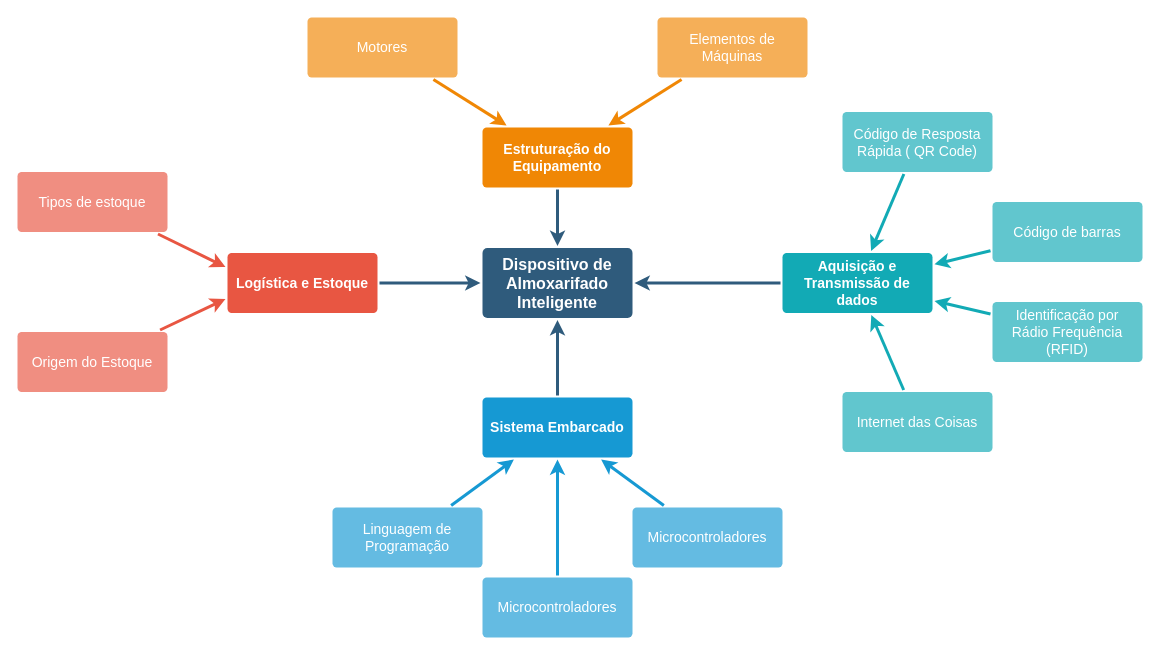
Before: Autoria Própria/Untitled Diagram.drawio in jhowxd1/Sistema-de-Estocagem, a draw.io diagram. Source tidied: cells renumbered, new cells numbered last; positions are measured from the earlier drawing's top-left corner, leaving out a move shared by most shapes. Both pictures are drawn from the tidied source at 100%, with x=0, y=0 at pixel (17, 17).
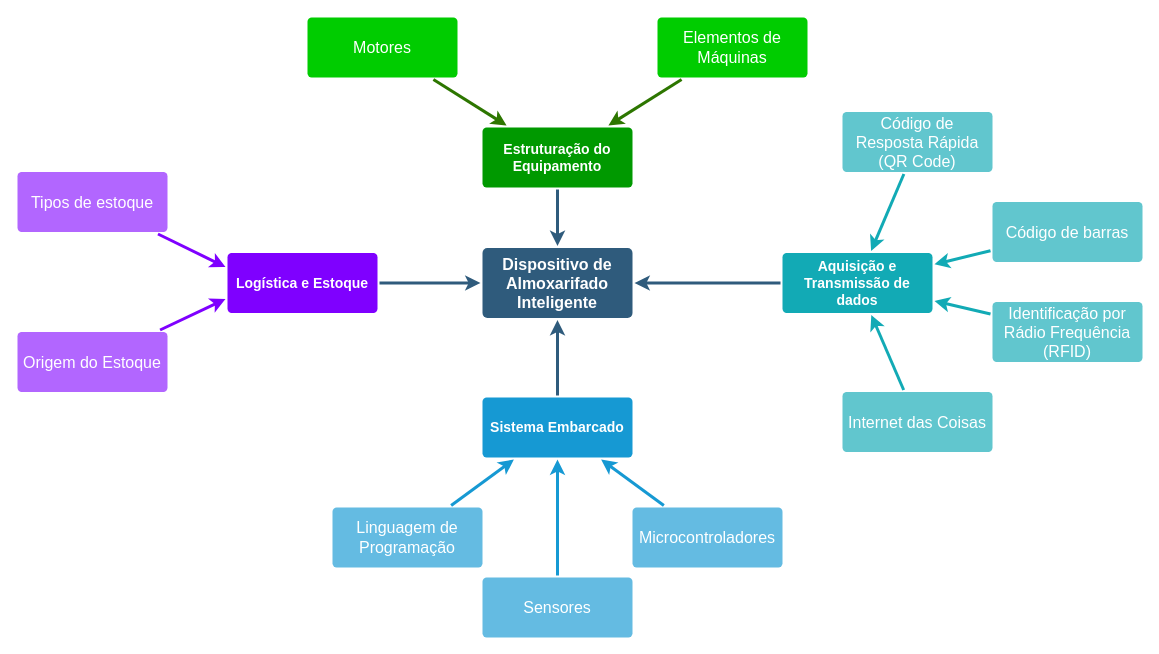
The same page after the edit.

The edit, as a diff of the source:
```diff
@@
-    <mxCell id="7" style="edgeStyle=none;rounded=1;jumpStyle=none;html=1;shadow=0;labelBackgroundColor=none;startArrow=none;startFill=0;jettySize=auto;strokeColor=#E85642;strokeWidth=3;fontFamily=Helvetica;fontSize=14;fontColor=#FFFFFF;spacing=5;fontStyle=1;fillColor=#b0e3e6;entryX=0;entryY=0.25;entryDx=0;entryDy=0;" parent="1" edge="1" source="11" target="9">
+    <mxCell id="7" style="edgeStyle=none;rounded=1;jumpStyle=none;html=1;shadow=0;labelBackgroundColor=none;startArrow=none;startFill=0;jettySize=auto;strokeColor=#7F00FF;strokeWidth=3;fontFamily=Helvetica;fontSize=14;fontColor=#FFFFFF;spacing=5;fontStyle=1;fillColor=#b0e3e6;entryX=0;entryY=0.25;entryDx=0;entryDy=0;" parent="1" edge="1" source="11" target="9">
       <mxGeometry relative="1" as="geometry" />
     </mxCell>
-    <mxCell id="8" style="edgeStyle=none;rounded=1;jumpStyle=none;html=1;shadow=0;labelBackgroundColor=none;startArrow=none;startFill=0;jettySize=auto;strokeColor=#E85642;strokeWidth=3;fontFamily=Helvetica;fontSize=14;fontColor=#FFFFFF;spacing=5;fontStyle=1;fillColor=#b0e3e6;entryX=0;entryY=0.75;entryDx=0;entryDy=0;" parent="1" edge="1" source="10" target="9">
+    <mxCell id="8" style="edgeStyle=none;rounded=1;jumpStyle=none;html=1;shadow=0;labelBackgroundColor=none;startArrow=none;startFill=0;jettySize=auto;strokeColor=#7F00FF;strokeWidth=3;fontFamily=Helvetica;fontSize=14;fontColor=#FFFFFF;spacing=5;fontStyle=1;fillColor=#b0e3e6;entryX=0;entryY=0.75;entryDx=0;entryDy=0;" parent="1" edge="1" source="10" target="9">
       <mxGeometry relative="1" as="geometry" />
     </mxCell>
-    <mxCell id="9" value="Logística e Estoque" style="rounded=1;whiteSpace=wrap;html=1;shadow=0;labelBackgroundColor=none;strokeColor=none;strokeWidth=3;fillColor=#e85642;fontFamily=Helvetica;fontSize=14;fontColor=#FFFFFF;align=center;spacing=5;fontStyle=1;arcSize=7;perimeterSpacing=2;" parent="1" vertex="1">
+    <mxCell id="9" value="Logística e Estoque" style="rounded=1;whiteSpace=wrap;html=1;shadow=0;labelBackgroundColor=none;strokeColor=none;strokeWidth=3;fillColor=#7F00FF;fontFamily=Helvetica;fontSize=14;fontColor=#FFFFFF;align=center;spacing=5;fontStyle=1;arcSize=7;perimeterSpacing=2;" parent="1" vertex="1">
       <mxGeometry x="210" y="235.5" width="150" height="60" as="geometry" />
     </mxCell>
-    <mxCell id="10" value="Origem do Estoque" style="rounded=1;whiteSpace=wrap;html=1;shadow=0;labelBackgroundColor=none;strokeColor=none;strokeWidth=3;fillColor=#f08e81;fontFamily=Helvetica;fontSize=14;fontColor=#FFFFFF;align=center;spacing=5;fontStyle=0;arcSize=7;perimeterSpacing=2;" parent="1" vertex="1">
+    <mxCell id="10" value="Origem do Estoque" style="rounded=1;whiteSpace=wrap;html=1;shadow=0;labelBackgroundColor=none;strokeColor=none;strokeWidth=3;fillColor=#B266FF;fontFamily=Helvetica;fontSize=16;fontColor=#FFFFFF;align=center;spacing=5;fontStyle=0;arcSize=7;perimeterSpacing=2;" parent="1" vertex="1">
       <mxGeometry y="314.5" width="150" height="60" as="geometry" />
     </mxCell>
-    <mxCell id="11" value="Tipos de estoque" style="rounded=1;whiteSpace=wrap;html=1;shadow=0;labelBackgroundColor=none;strokeColor=none;strokeWidth=3;fillColor=#f08e81;fontFamily=Helvetica;fontSize=14;fontColor=#FFFFFF;align=center;spacing=5;fontStyle=0;arcSize=7;perimeterSpacing=2;" parent="1" vertex="1">
+    <mxCell id="11" value="Tipos de estoque" style="rounded=1;whiteSpace=wrap;html=1;shadow=0;labelBackgroundColor=none;strokeColor=none;strokeWidth=3;fillColor=#B266FF;fontFamily=Helvetica;fontSize=16;fontColor=#FFFFFF;align=center;spacing=5;fontStyle=0;arcSize=7;perimeterSpacing=2;" parent="1" vertex="1">
       <mxGeometry y="154.5" width="150" height="60" as="geometry" />
     </mxCell>
@@
-    <mxCell id="15" value="Microcontroladores" style="rounded=1;whiteSpace=wrap;html=1;shadow=0;labelBackgroundColor=none;strokeColor=none;strokeWidth=3;fillColor=#64bbe2;fontFamily=Helvetica;fontSize=14;fontColor=#FFFFFF;align=center;spacing=5;arcSize=7;perimeterSpacing=2;" parent="1" vertex="1">
+    <mxCell id="15" value="Microcontroladores" style="rounded=1;whiteSpace=wrap;html=1;shadow=0;labelBackgroundColor=none;strokeColor=none;strokeWidth=3;fillColor=#64bbe2;fontFamily=Helvetica;fontSize=16;fontColor=#FFFFFF;align=center;spacing=5;arcSize=7;perimeterSpacing=2;" parent="1" vertex="1">
       <mxGeometry x="615" y="490" width="150" height="60" as="geometry" />
     </mxCell>
@@
-    <mxCell id="17" value="Microcontroladores" style="rounded=1;whiteSpace=wrap;html=1;shadow=0;labelBackgroundColor=none;strokeColor=none;strokeWidth=3;fillColor=#64bbe2;fontFamily=Helvetica;fontSize=14;fontColor=#FFFFFF;align=center;spacing=5;arcSize=7;perimeterSpacing=2;" parent="1" vertex="1">
+    <mxCell id="17" value="Sensores" style="rounded=1;whiteSpace=wrap;html=1;shadow=0;labelBackgroundColor=none;strokeColor=none;strokeWidth=3;fillColor=#64bbe2;fontFamily=Helvetica;fontSize=16;fontColor=#FFFFFF;align=center;spacing=5;arcSize=7;perimeterSpacing=2;" parent="1" vertex="1">
       <mxGeometry x="465" y="560" width="150" height="60" as="geometry" />
     </mxCell>
-    <mxCell id="18" value="Linguagem de Programação" style="rounded=1;whiteSpace=wrap;html=1;shadow=0;labelBackgroundColor=none;strokeColor=none;strokeWidth=3;fillColor=#64bbe2;fontFamily=Helvetica;fontSize=14;fontColor=#FFFFFF;align=center;spacing=5;arcSize=7;perimeterSpacing=2;" parent="1" vertex="1">
+    <mxCell id="18" value="Linguagem de Programação" style="rounded=1;whiteSpace=wrap;html=1;shadow=0;labelBackgroundColor=none;strokeColor=none;strokeWidth=3;fillColor=#64bbe2;fontFamily=Helvetica;fontSize=16;fontColor=#FFFFFF;align=center;spacing=5;arcSize=7;perimeterSpacing=2;" parent="1" vertex="1">
       <mxGeometry x="315" y="490" width="150" height="60" as="geometry" />
     </mxCell>
-    <mxCell id="19" value="Estruturação do Equipamento" style="rounded=1;whiteSpace=wrap;html=1;shadow=0;labelBackgroundColor=none;strokeColor=none;strokeWidth=3;fillColor=#F08705;fontFamily=Helvetica;fontSize=14;fontColor=#FFFFFF;align=center;spacing=5;fontStyle=1;arcSize=7;perimeterSpacing=2;" parent="1" vertex="1">
+    <mxCell id="19" value="Estruturação do Equipamento" style="rounded=1;whiteSpace=wrap;html=1;shadow=0;labelBackgroundColor=none;strokeColor=none;strokeWidth=3;fillColor=#009900;fontFamily=Helvetica;fontSize=14;fontColor=#FFFFFF;align=center;spacing=5;fontStyle=1;arcSize=7;perimeterSpacing=2;" parent="1" vertex="1">
       <mxGeometry x="465" y="110" width="150" height="60" as="geometry" />
     </mxCell>
-    <mxCell id="20" value="Elementos de Máquinas" style="rounded=1;whiteSpace=wrap;html=1;shadow=0;labelBackgroundColor=none;strokeColor=none;strokeWidth=3;fillColor=#f5af58;fontFamily=Helvetica;fontSize=14;fontColor=#FFFFFF;align=center;spacing=5;arcSize=7;perimeterSpacing=2;" parent="1" vertex="1">
+    <mxCell id="20" value="Elementos de Máquinas" style="rounded=1;whiteSpace=wrap;html=1;shadow=0;labelBackgroundColor=none;strokeColor=none;strokeWidth=3;fillColor=#00CC00;fontFamily=Helvetica;fontSize=16;fontColor=#FFFFFF;align=center;spacing=5;arcSize=7;perimeterSpacing=2;" parent="1" vertex="1">
       <mxGeometry x="640" width="150" height="60" as="geometry" />
     </mxCell>
-    <mxCell id="21" style="edgeStyle=none;rounded=0;jumpStyle=none;html=1;shadow=0;labelBackgroundColor=none;startArrow=none;startFill=0;endArrow=classic;endFill=1;jettySize=auto;strokeColor=#F08705;strokeWidth=3;fontFamily=Helvetica;fontSize=14;fontColor=#FFFFFF;spacing=5;" parent="1" edge="1" source="20" target="19">
+    <mxCell id="21" style="edgeStyle=none;rounded=0;jumpStyle=none;html=1;shadow=0;labelBackgroundColor=none;startArrow=none;startFill=0;endArrow=classic;endFill=1;jettySize=auto;strokeColor=#2D7600;strokeWidth=3;fontFamily=Helvetica;fontSize=14;fontColor=#FFFFFF;spacing=5;fillColor=#60a917;" parent="1" edge="1" source="20" target="19">
       <mxGeometry relative="1" as="geometry" />
     </mxCell>
-    <mxCell id="22" value="Motores" style="rounded=1;whiteSpace=wrap;html=1;shadow=0;labelBackgroundColor=none;strokeColor=none;strokeWidth=3;fillColor=#f5af58;fontFamily=Helvetica;fontSize=14;fontColor=#FFFFFF;align=center;spacing=5;arcSize=7;perimeterSpacing=2;" parent="1" vertex="1">
+    <mxCell id="22" value="Motores" style="rounded=1;whiteSpace=wrap;html=1;shadow=0;labelBackgroundColor=none;strokeColor=none;strokeWidth=3;fillColor=#00CC00;fontFamily=Helvetica;fontSize=16;fontColor=#FFFFFF;align=center;spacing=5;arcSize=7;perimeterSpacing=2;" parent="1" vertex="1">
       <mxGeometry x="290" width="150" height="60" as="geometry" />
     </mxCell>
-    <mxCell id="23" style="edgeStyle=none;rounded=0;jumpStyle=none;html=1;shadow=0;labelBackgroundColor=none;startArrow=none;startFill=0;endArrow=classic;endFill=1;jettySize=auto;strokeColor=#F08705;strokeWidth=3;fontFamily=Helvetica;fontSize=14;fontColor=#FFFFFF;spacing=5;" parent="1" edge="1" source="22" target="19">
+    <mxCell id="23" style="edgeStyle=none;rounded=0;jumpStyle=none;html=1;shadow=0;labelBackgroundColor=none;startArrow=none;startFill=0;endArrow=classic;endFill=1;jettySize=auto;strokeColor=#2D7600;strokeWidth=3;fontFamily=Helvetica;fontSize=14;fontColor=#FFFFFF;spacing=5;fillColor=#60a917;" parent="1" edge="1" source="22" target="19">
       <mxGeometry relative="1" as="geometry" />
     </mxCell>
@@
-    <mxCell id="25" value="Internet das Coisas" style="rounded=1;whiteSpace=wrap;html=1;shadow=0;labelBackgroundColor=none;strokeColor=none;strokeWidth=3;fillColor=#61c6ce;fontFamily=Helvetica;fontSize=14;fontColor=#FFFFFF;align=center;spacing=5;fontStyle=0;arcSize=7;perimeterSpacing=2;" parent="1" vertex="1">
+    <mxCell id="25" value="Internet das Coisas" style="rounded=1;whiteSpace=wrap;html=1;shadow=0;labelBackgroundColor=none;strokeColor=none;strokeWidth=3;fillColor=#61c6ce;fontFamily=Helvetica;fontSize=16;fontColor=#FFFFFF;align=center;spacing=5;fontStyle=0;arcSize=7;perimeterSpacing=2;" parent="1" vertex="1">
       <mxGeometry x="825" y="374.5" width="150" height="60" as="geometry" />
     </mxCell>
@@
-    <mxCell id="27" value="Identificação por Rádio Frequência (RFID)" style="rounded=1;whiteSpace=wrap;html=1;shadow=0;labelBackgroundColor=none;strokeColor=none;strokeWidth=3;fillColor=#61c6ce;fontFamily=Helvetica;fontSize=14;fontColor=#FFFFFF;align=center;spacing=5;fontStyle=0;arcSize=7;perimeterSpacing=2;" parent="1" vertex="1">
+    <mxCell id="27" value="Identificação por Rádio Frequência (RFID)" style="rounded=1;whiteSpace=wrap;html=1;shadow=0;labelBackgroundColor=none;strokeColor=none;strokeWidth=3;fillColor=#61c6ce;fontFamily=Helvetica;fontSize=16;fontColor=#FFFFFF;align=center;spacing=5;fontStyle=0;arcSize=7;perimeterSpacing=2;" parent="1" vertex="1">
       <mxGeometry x="975" y="284.5" width="150" height="60" as="geometry" />
     </mxCell>
@@
-    <mxCell id="29" value="Código de barras" style="rounded=1;whiteSpace=wrap;html=1;shadow=0;labelBackgroundColor=none;strokeColor=none;strokeWidth=3;fillColor=#61c6ce;fontFamily=Helvetica;fontSize=14;fontColor=#FFFFFF;align=center;spacing=5;fontStyle=0;arcSize=7;perimeterSpacing=2;" parent="1" vertex="1">
+    <mxCell id="29" value="Código de barras" style="rounded=1;whiteSpace=wrap;html=1;shadow=0;labelBackgroundColor=none;strokeColor=none;strokeWidth=3;fillColor=#61c6ce;fontFamily=Helvetica;fontSize=16;fontColor=#FFFFFF;align=center;spacing=5;fontStyle=0;arcSize=7;perimeterSpacing=2;" parent="1" vertex="1">
       <mxGeometry x="975" y="184.5" width="150" height="60" as="geometry" />
     </mxCell>
@@
-    <mxCell id="31" value="Código de Resposta Rápida ( QR Code)" style="rounded=1;whiteSpace=wrap;html=1;shadow=0;labelBackgroundColor=none;strokeColor=none;strokeWidth=3;fillColor=#61c6ce;fontFamily=Helvetica;fontSize=14;fontColor=#FFFFFF;align=center;spacing=5;fontStyle=0;arcSize=7;perimeterSpacing=2;" parent="1" vertex="1">
+    <mxCell id="31" value="Código de Resposta Rápida &lt;br&gt;(QR Code)" style="rounded=1;whiteSpace=wrap;html=1;shadow=0;labelBackgroundColor=none;strokeColor=none;strokeWidth=3;fillColor=#61c6ce;fontFamily=Helvetica;fontSize=16;fontColor=#FFFFFF;align=center;spacing=5;fontStyle=0;arcSize=7;perimeterSpacing=2;" parent="1" vertex="1">
       <mxGeometry x="825" y="94.5" width="150" height="60" as="geometry" />
     </mxCell>
```
